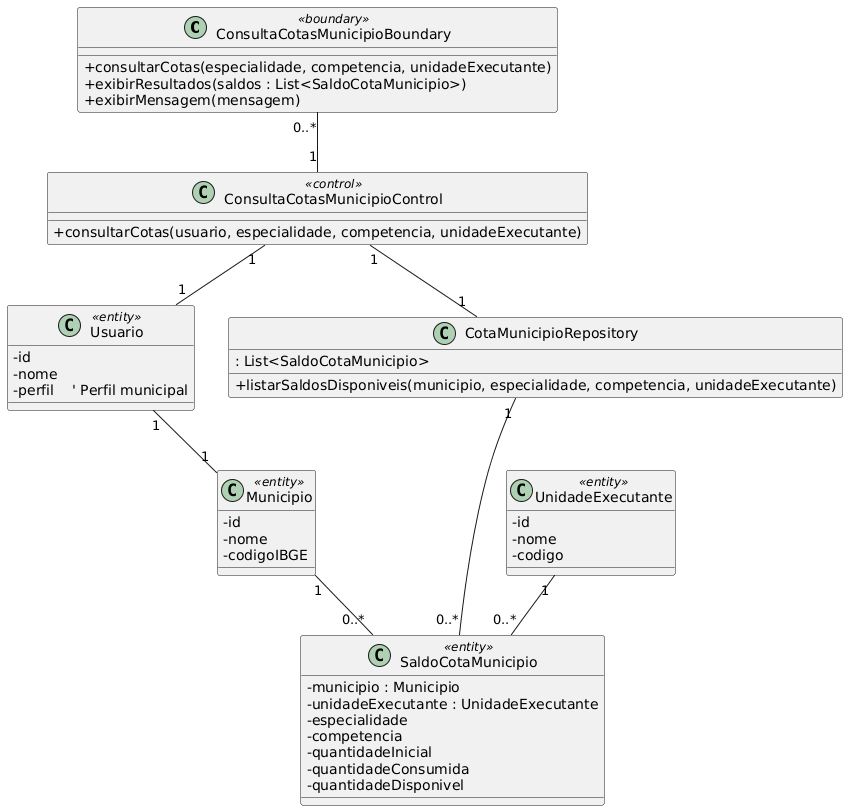
The PlantUML diagram Diagramas de classes/UC016.png in EvertonFerreir4/Sistema_De_Cotas_SES, before a commit.
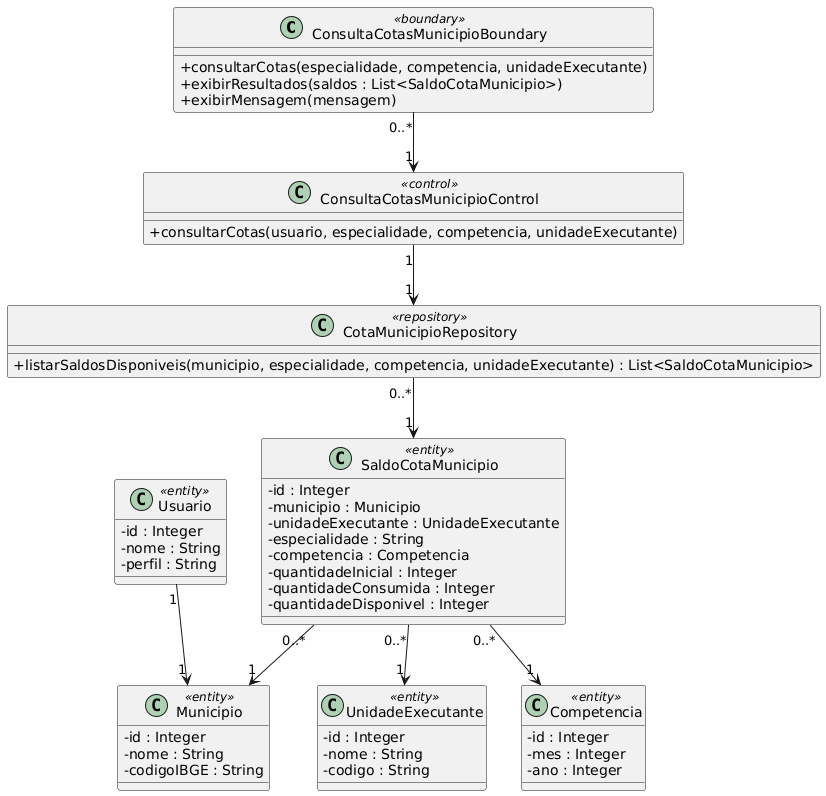
Later version of the same file.

What changed in the source:
```diff
@@ -11,50 +11,54 @@
     +consultarCotas(usuario, especialidade, competencia, unidadeExecutante)
 }
 
+class CotaMunicipioRepository <<repository>> {
+    +listarSaldosDisponiveis(municipio, especialidade, competencia, unidadeExecutante) : List<SaldoCotaMunicipio>
+}
+
+class Usuario <<entity>> {
+    -id : Integer
+    -nome : String
+    -perfil : String
+}
+
 class Municipio <<entity>> {
-    -id
-    -nome
-    -codigoIBGE
+    -id : Integer
+    -nome : String
+    -codigoIBGE : String
 }
 
 class UnidadeExecutante <<entity>> {
-    -id
-    -nome
-    -codigo
+    -id : Integer
+    -nome : String
+    -codigo : String
+}
+
+class Competencia <<entity>> {
+    -id : Integer
+    -mes : Integer
+    -ano : Integer
 }
 
 class SaldoCotaMunicipio <<entity>> {
+    -id : Integer
     -municipio : Municipio
     -unidadeExecutante : UnidadeExecutante
-    -especialidade
-    -competencia
-    -quantidadeInicial
-    -quantidadeConsumida
-    -quantidadeDisponivel
+    -especialidade : String
+    -competencia : Competencia
+    -quantidadeInicial : Integer
+    -quantidadeConsumida : Integer
+    -quantidadeDisponivel : Integer
 }
 
-class Usuario <<entity>> {
-    -id
-    -nome
-    -perfil    ' Perfil municipal
-}
 
-class CotaMunicipioRepository {
-    +listarSaldosDisponiveis(municipio, especialidade, competencia, unidadeExecutante)
-        : List<SaldoCotaMunicipio>
-}
+ConsultaCotasMunicipioBoundary "0..*" --> "1" ConsultaCotasMunicipioControl
+ConsultaCotasMunicipioControl "1" --> "1" CotaMunicipioRepository
 
-ConsultaCotasMunicipioBoundary "0..*" -- "1" ConsultaCotasMunicipioControl
+Usuario "1" --> "1" Municipio
 
-ConsultaCotasMunicipioControl "1" -- "1" Usuario
+CotaMunicipioRepository "0..*" --> "1" SaldoCotaMunicipio
 
-Usuario "1" -- "1" Municipio
-
-Municipio "1" -- "0..*" SaldoCotaMunicipio
-
-UnidadeExecutante "1" -- "0..*" SaldoCotaMunicipio
-
-ConsultaCotasMunicipioControl "1" -- "1" CotaMunicipioRepository
-
-CotaMunicipioRepository "1" -- "0..*" SaldoCotaMunicipio
+SaldoCotaMunicipio "0..*" --> "1" Municipio
+SaldoCotaMunicipio "0..*" --> "1" UnidadeExecutante
+SaldoCotaMunicipio "0..*" --> "1" Competencia
 @enduml
```
